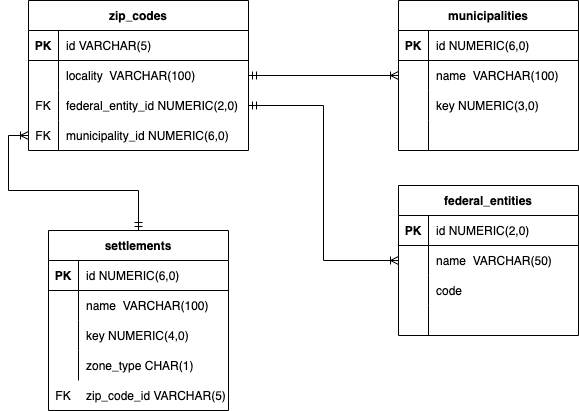
Above: doc/assets/der.png in maronte/backbone-systems-tech-challenge (draw.io), before the change. Source tidied: cells renumbered, new cells last; positions are measured from the earlier drawing's top-left corner, leaving out a move shared by most shapes.
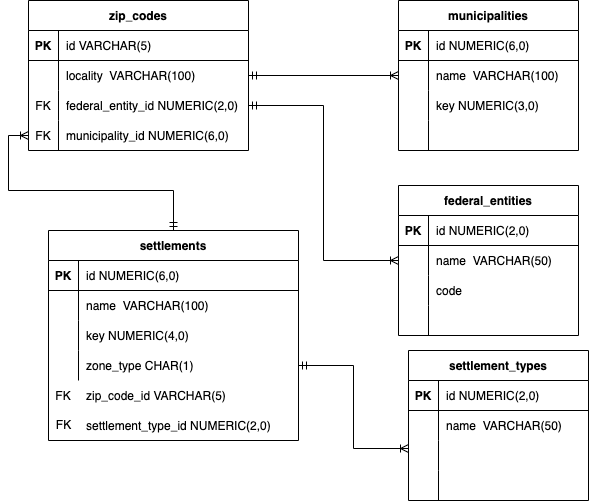
After the change.

The edit, as a diff of the source:
```diff
@@ -123,43 +123,43 @@
       <mxGeometry relative="1" as="geometry" />
     </mxCell>
     <mxCell id="42" value="settlements" style="shape=table;startSize=30;rowLines=0;fontStyle=1;align=center;" parent="1" vertex="1">
-      <mxGeometry x="20" y="230" width="180" height="180" as="geometry" />
+      <mxGeometry x="20" y="230" width="250" height="210" as="geometry" />
     </mxCell>
     <mxCell id="43" style="shape=tableRow;horizontal=0;startSize=0;swimlaneHead=0;swimlaneBody=0;fillColor=none;top=0;left=0;right=0;bottom=1;" parent="42" vertex="1">
-      <mxGeometry y="30" width="180" height="30" as="geometry" />
+      <mxGeometry y="30" width="250" height="30" as="geometry" />
     </mxCell>
     <mxCell id="44" value="PK" style="shape=partialRectangle;fillColor=none;top=0;left=0;bottom=0;right=0;fontStyle=1;overflow=hidden;" parent="43" vertex="1">
       <mxGeometry width="30" height="30" as="geometry" />
     </mxCell>
     <mxCell id="45" value="id NUMERIC(6,0)" style="shape=partialRectangle;fillColor=none;top=0;left=0;bottom=0;right=0;align=left;spacingLeft=6;fontStyle=0;overflow=hidden;" parent="43" vertex="1">
-      <mxGeometry x="30" width="150" height="30" as="geometry" />
+      <mxGeometry x="30" width="220" height="30" as="geometry" />
     </mxCell>
     <mxCell id="46" style="shape=tableRow;horizontal=0;startSize=0;swimlaneHead=0;swimlaneBody=0;fillColor=none;top=0;left=0;right=0;bottom=0;" parent="42" vertex="1">
-      <mxGeometry y="60" width="180" height="30" as="geometry" />
+      <mxGeometry y="60" width="250" height="30" as="geometry" />
     </mxCell>
     <mxCell id="47" style="shape=partialRectangle;fillColor=none;top=0;left=0;bottom=0;right=0;overflow=hidden;" parent="46" vertex="1">
       <mxGeometry width="30" height="30" as="geometry" />
     </mxCell>
     <mxCell id="48" value="name  VARCHAR(100)" style="shape=partialRectangle;fillColor=none;top=0;left=0;bottom=0;right=0;align=left;spacingLeft=6;overflow=hidden;" parent="46" vertex="1">
-      <mxGeometry x="30" width="150" height="30" as="geometry" />
+      <mxGeometry x="30" width="220" height="30" as="geometry" />
     </mxCell>
     <mxCell id="49" style="shape=tableRow;horizontal=0;startSize=0;swimlaneHead=0;swimlaneBody=0;fillColor=none;top=0;left=0;right=0;bottom=0;" parent="42" vertex="1">
-      <mxGeometry y="90" width="180" height="30" as="geometry" />
+      <mxGeometry y="90" width="250" height="30" as="geometry" />
     </mxCell>
     <mxCell id="50" style="shape=partialRectangle;fillColor=none;top=0;left=0;bottom=0;right=0;overflow=hidden;" parent="49" vertex="1">
       <mxGeometry width="30" height="30" as="geometry" />
     </mxCell>
     <mxCell id="51" value="key NUMERIC(4,0)" style="shape=partialRectangle;fillColor=none;top=0;left=0;bottom=0;right=0;align=left;spacingLeft=6;overflow=hidden;" parent="49" vertex="1">
-      <mxGeometry x="30" width="150" height="30" as="geometry" />
+      <mxGeometry x="30" width="220" height="30" as="geometry" />
     </mxCell>
     <mxCell id="52" style="shape=tableRow;horizontal=0;startSize=0;swimlaneHead=0;swimlaneBody=0;fillColor=none;points=[[0,0.5],[1,0.5]];portConstraint=eastwest;top=0;left=0;right=0;bottom=0;" parent="42" vertex="1">
-      <mxGeometry y="120" width="180" height="30" as="geometry" />
+      <mxGeometry y="120" width="250" height="30" as="geometry" />
     </mxCell>
     <mxCell id="53" style="shape=partialRectangle;fillColor=none;top=0;left=0;bottom=0;right=0;overflow=hidden;" parent="52" vertex="1">
       <mxGeometry width="30" height="30" as="geometry" />
     </mxCell>
     <mxCell id="54" value="zone_type CHAR(1)" style="shape=partialRectangle;fillColor=none;top=0;left=0;bottom=0;right=0;align=left;spacingLeft=6;overflow=hidden;" parent="52" vertex="1">
-      <mxGeometry x="30" width="150" height="30" as="geometry" />
+      <mxGeometry x="30" width="220" height="30" as="geometry" />
     </mxCell>
     <mxCell id="55" value="zip_code_id VARCHAR(5)" style="shape=partialRectangle;fillColor=none;top=0;left=0;bottom=0;right=0;align=left;spacingLeft=6;overflow=hidden;" parent="1" vertex="1">
       <mxGeometry x="50" y="380" width="150" height="30" as="geometry" />
@@ -173,5 +173,53 @@
     <mxCell id="58" value="FK" style="shape=partialRectangle;fillColor=none;top=0;left=0;bottom=0;right=0;overflow=hidden;" parent="1" vertex="1">
       <mxGeometry x="20" y="380" width="30" height="30" as="geometry" />
     </mxCell>
+    <mxCell id="59" value="settlement_types" style="shape=table;startSize=30;rowLines=0;fontStyle=1;align=center;" parent="1" vertex="1">
+      <mxGeometry x="380" y="350" width="180" height="150" as="geometry" />
+    </mxCell>
+    <mxCell id="60" style="shape=tableRow;horizontal=0;startSize=0;swimlaneHead=0;swimlaneBody=0;fillColor=none;top=0;left=0;right=0;bottom=1;" parent="59" vertex="1">
+      <mxGeometry y="30" width="180" height="30" as="geometry" />
+    </mxCell>
+    <mxCell id="61" value="PK" style="shape=partialRectangle;fillColor=none;top=0;left=0;bottom=0;right=0;fontStyle=1;overflow=hidden;" parent="60" vertex="1">
+      <mxGeometry width="30" height="30" as="geometry" />
+    </mxCell>
+    <mxCell id="62" value="id NUMERIC(2,0)" style="shape=partialRectangle;fillColor=none;top=0;left=0;bottom=0;right=0;align=left;spacingLeft=6;fontStyle=0;overflow=hidden;" parent="60" vertex="1">
+      <mxGeometry x="30" width="150" height="30" as="geometry" />
+    </mxCell>
+    <mxCell id="63" style="shape=tableRow;horizontal=0;startSize=0;swimlaneHead=0;swimlaneBody=0;fillColor=none;top=0;left=0;right=0;bottom=0;" parent="59" vertex="1">
+      <mxGeometry y="60" width="180" height="30" as="geometry" />
+    </mxCell>
+    <mxCell id="64" style="shape=partialRectangle;fillColor=none;top=0;left=0;bottom=0;right=0;overflow=hidden;" parent="63" vertex="1">
+      <mxGeometry width="30" height="30" as="geometry" />
+    </mxCell>
+    <mxCell id="65" value="name  VARCHAR(50)" style="shape=partialRectangle;fillColor=none;top=0;left=0;bottom=0;right=0;align=left;spacingLeft=6;overflow=hidden;" parent="63" vertex="1">
+      <mxGeometry x="30" width="150" height="30" as="geometry" />
+    </mxCell>
+    <mxCell id="66" style="shape=tableRow;horizontal=0;startSize=0;swimlaneHead=0;swimlaneBody=0;fillColor=none;points=[[0,0.5],[1,0.5]];portConstraint=eastwest;top=0;left=0;right=0;bottom=0;" parent="59" vertex="1">
+      <mxGeometry y="90" width="180" height="30" as="geometry" />
+    </mxCell>
+    <mxCell id="67" style="shape=partialRectangle;fillColor=none;top=0;left=0;bottom=0;right=0;overflow=hidden;" parent="66" vertex="1">
+      <mxGeometry width="30" height="30" as="geometry" />
+    </mxCell>
+    <mxCell id="68" style="shape=partialRectangle;fillColor=none;top=0;left=0;bottom=0;right=0;align=left;spacingLeft=6;overflow=hidden;" parent="66" vertex="1">
+      <mxGeometry x="30" width="150" height="30" as="geometry" />
+    </mxCell>
+    <mxCell id="69" style="shape=tableRow;horizontal=0;startSize=0;swimlaneHead=0;swimlaneBody=0;fillColor=none;top=0;left=0;right=0;bottom=0;" parent="59" vertex="1">
+      <mxGeometry y="120" width="180" height="30" as="geometry" />
+    </mxCell>
+    <mxCell id="70" style="shape=partialRectangle;fillColor=none;top=0;left=0;bottom=0;right=0;overflow=hidden;" parent="69" vertex="1">
+      <mxGeometry width="30" height="30" as="geometry" />
+    </mxCell>
+    <mxCell id="71" style="shape=partialRectangle;fillColor=none;top=0;left=0;bottom=0;right=0;align=left;spacingLeft=6;overflow=hidden;" parent="69" vertex="1">
+      <mxGeometry x="30" width="150" height="30" as="geometry" />
+    </mxCell>
+    <mxCell id="72" value="settlement_type_id NUMERIC(2,0)" style="shape=partialRectangle;fillColor=none;top=0;left=0;bottom=0;right=0;align=left;spacingLeft=6;overflow=hidden;" parent="1" vertex="1">
+      <mxGeometry x="50" y="410" width="220" height="30" as="geometry" />
+    </mxCell>
+    <mxCell id="73" value="FK" style="text;html=1;align=center;verticalAlign=middle;strokeColor=none;fillColor=none;" parent="1" vertex="1">
+      <mxGeometry x="15" y="410" width="40" height="30" as="geometry" />
+    </mxCell>
+    <mxCell id="74" style="edgeStyle=orthogonalEdgeStyle;rounded=0;jettySize=auto;html=1;exitX=1;exitY=0.5;exitDx=0;exitDy=0;endArrow=ERoneToMany;endFill=0;entryX=0;entryY=0.267;entryDx=0;entryDy=0;startArrow=ERmandOne;startFill=0;entryPerimeter=0;" parent="1" edge="1" source="52" target="66">
+      <mxGeometry relative="1" as="geometry" />
+    </mxCell>
   </root>
 </mxGraphModel>
```
